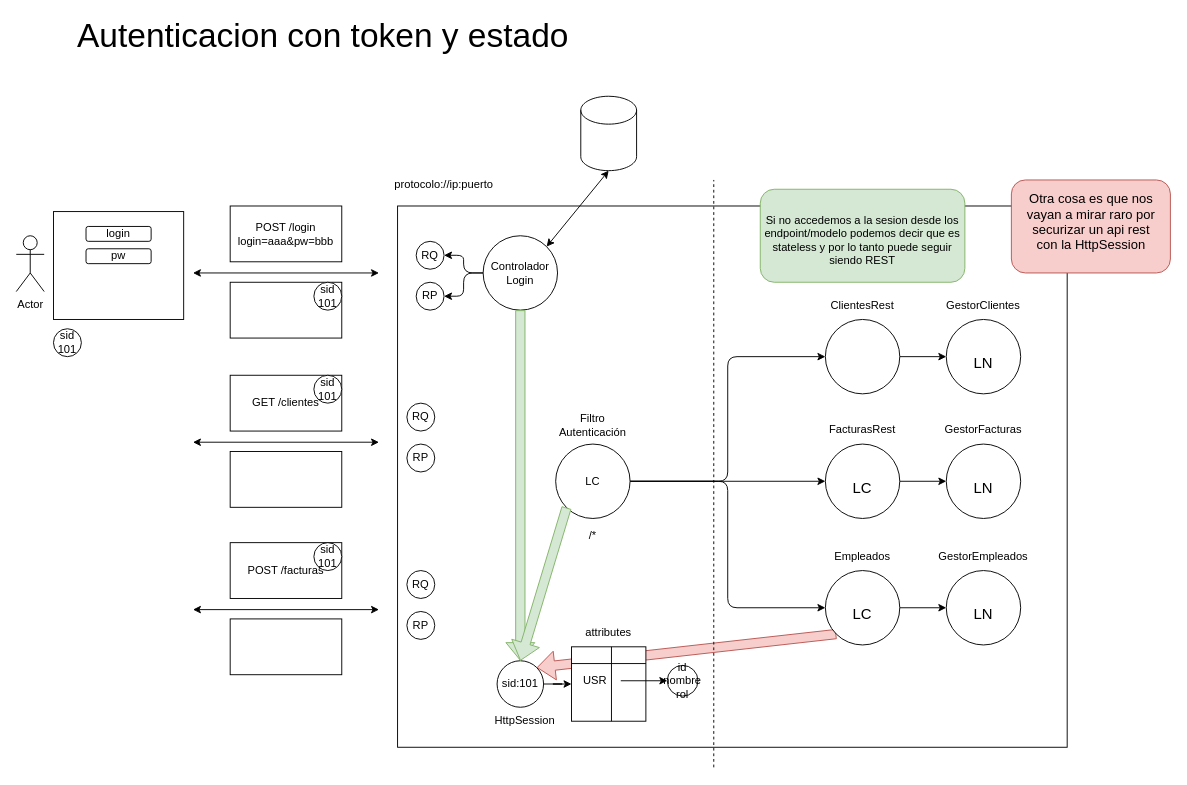
Above: page "Página-2" (2 of 13) of dibujos.drawio in lrag/seguridad_java (draw.io), before the change. Source tidied: cells renumbered, new cells numbered last; positions are measured from the earlier drawing's top-left corner, leaving out a move shared by most shapes. Both pictures are drawn from the tidied source at 93%, with x=0, y=0 at pixel (16, 21).
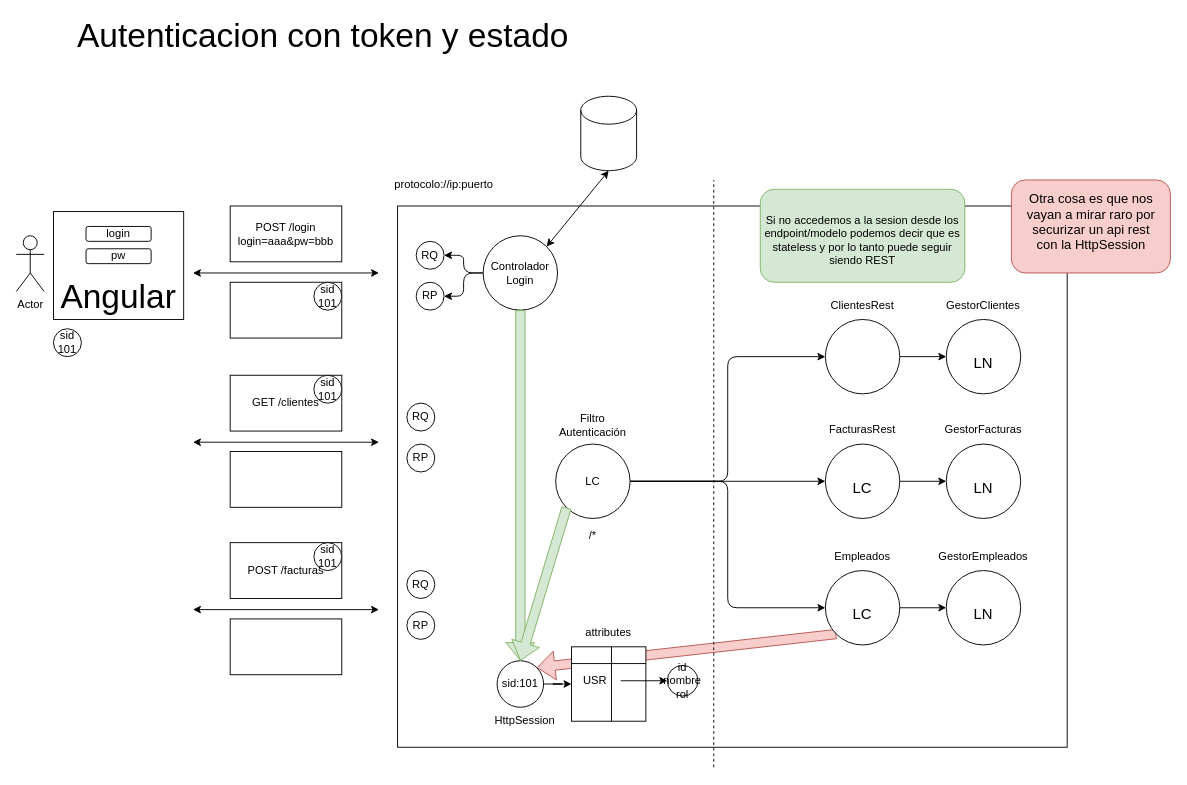
The same diagram, later.

The edit, as a diff of the source:
```diff
@@
+    <mxCell id="70" value="Angular" style="text;html=1;strokeColor=none;fillColor=none;align=center;verticalAlign=middle;whiteSpace=wrap;rounded=0;fontSize=36;" parent="1" vertex="1">
+      <mxGeometry x="80" y="280" width="60" height="30" as="geometry" />
+    </mxCell>
```
